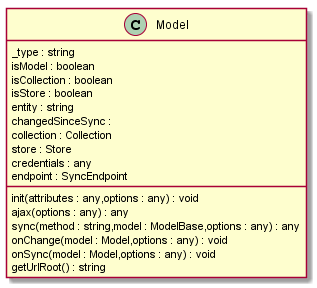
The PlantUML diagram public/docs/assets/images/Model.png in relution-io/relution-sdk, before a commit.
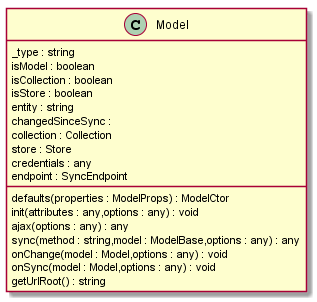
The same file after the commit.

The edit, as a diff of the source:
```diff
@@ -15,12 +15,15 @@
 credentials : any
 endpoint : SyncEndpoint
 
+defaults(properties : ModelProps) : ModelCtor
 init(attributes : any,options : any) : void
 ajax(options : any) : any
 sync(method : string,model : ModelBase,options : any) : any
 onChange(model : Model,options : any) : void
 onSync(model : Model,options : any) : void
 getUrlRoot() : string
+
+
 
 
 
```
